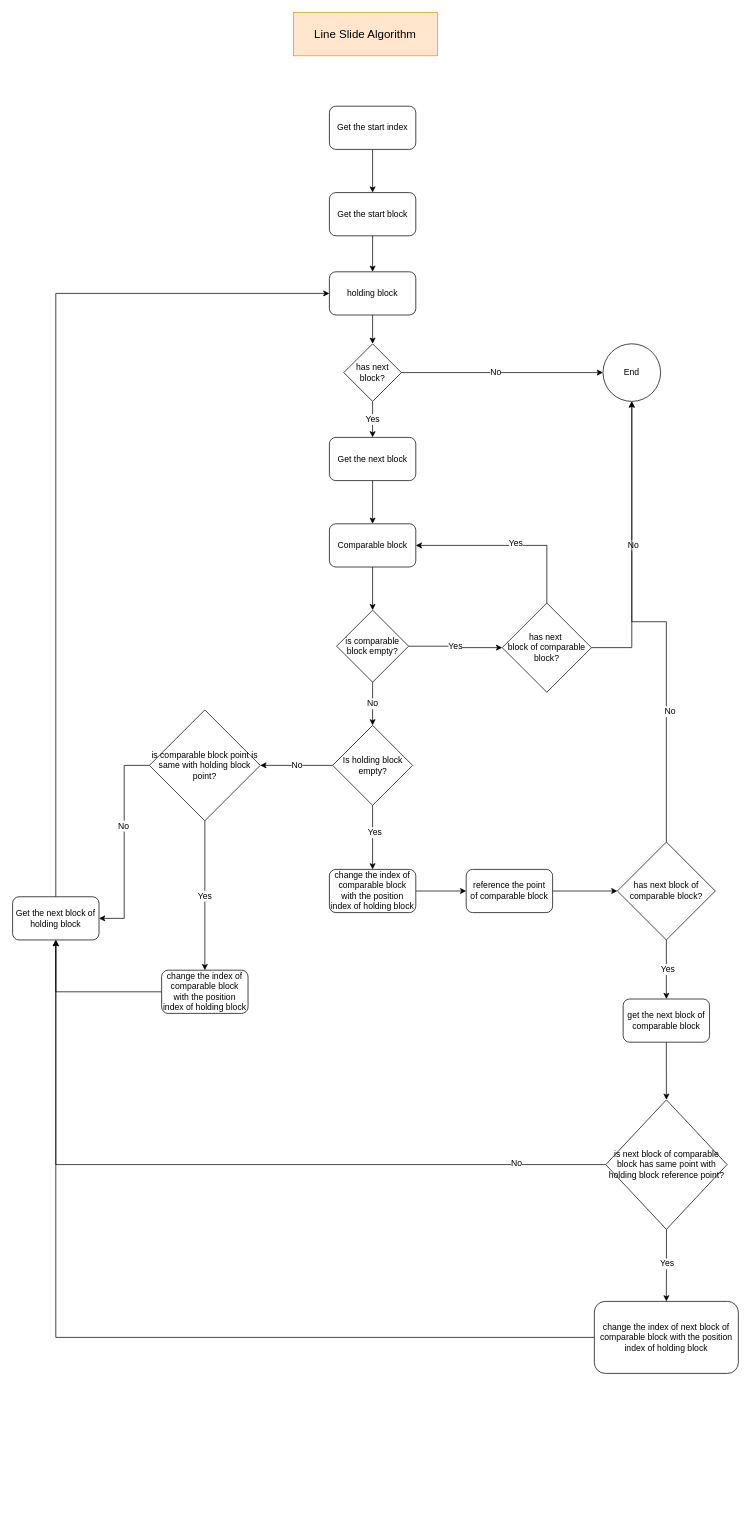
The draw.io diagram page "Line Slide" (1 of 3) of assets/diagram/twozerofoureight.drawio in manickjamadar/2048, before the edit. Source tidied: cells renumbered, new cells numbered last; positions are measured from the earlier drawing's top-left corner, leaving out a move shared by most shapes. Both pictures are drawn from the tidied source at 72%, with x=0, y=0 at pixel (12, 12).
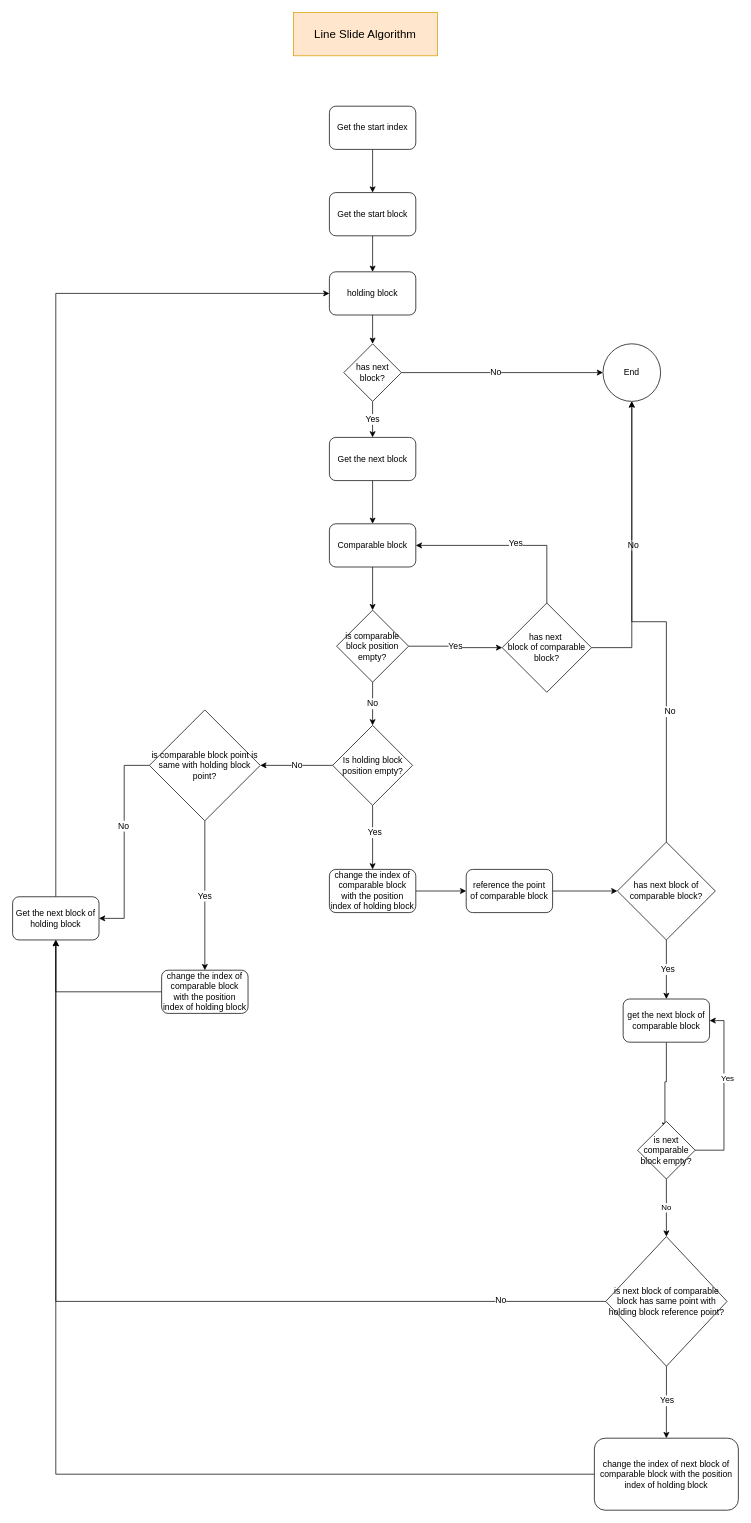
Above is the later version.

Commit message:
merge and merge only diagram added

The change refers to these unchanged cells:
```xml
<mxCell id="39" value="get the next block of comparable block" style="rounded=1;whiteSpace=wrap;html=1;fontSize=12;" parent="1" vertex="1">
  <mxGeometry x="848" y="1370" width="120" height="60" as="geometry" />
</mxCell>
```

Change to the diagram source:
```diff
@@
-    <mxCell id="19" value="is comparable block empty?" style="rhombus;whiteSpace=wrap;html=1;fontSize=12;" parent="1" vertex="1">
+    <mxCell id="19" value="is comparable block position empty?" style="rhombus;whiteSpace=wrap;html=1;fontSize=12;" parent="1" vertex="1">
       <mxGeometry x="450" y="830" width="100" height="100" as="geometry" />
     </mxCell>
@@
-    <mxCell id="28" value="Is holding block empty?" style="rhombus;whiteSpace=wrap;html=1;fontSize=12;" parent="1" vertex="1">
+    <mxCell id="28" value="Is holding block position empty?" style="rhombus;whiteSpace=wrap;html=1;fontSize=12;" parent="1" vertex="1">
       <mxGeometry x="444.5" y="990" width="111" height="111" as="geometry" />
     </mxCell>
@@
-    <mxCell id="38" style="edgeStyle=orthogonalEdgeStyle;rounded=0;jettySize=auto;html=1;entryX=0.5;entryY=0;entryDx=0;entryDy=0;fontSize=12;" parent="1" edge="1" source="39" target="44">
-      <mxGeometry relative="1" as="geometry" />
-    </mxCell>
+    <mxCell id="56" style="edgeStyle=orthogonalEdgeStyle;rounded=0;jettySize=auto;html=1;entryX=0.475;entryY=0.125;entryDx=0;entryDy=0;entryPerimeter=0;" parent="1" edge="1" source="39" target="60">
+      <mxGeometry relative="1" as="geometry" />
+    </mxCell>
@@
     <mxCell id="44" value="is next block of comparable block has same point with holding block reference point?" style="rhombus;whiteSpace=wrap;html=1;fontSize=12;" parent="1" vertex="1">
-      <mxGeometry x="823.8" y="1510" width="168.5" height="180" as="geometry" />
+      <mxGeometry x="823.8" y="1700" width="168.5" height="180" as="geometry" />
     </mxCell>
@@
     <mxCell id="46" value="change the index of next block of comparable block with the position index of holding block" style="rounded=1;whiteSpace=wrap;html=1;fontSize=12;" parent="1" vertex="1">
-      <mxGeometry x="808" y="1790" width="200" height="100" as="geometry" />
+      <mxGeometry x="808" y="1980" width="200" height="100" as="geometry" />
     </mxCell>
@@
+    <mxCell id="57" value="No" style="edgeStyle=orthogonalEdgeStyle;rounded=0;jettySize=auto;html=1;entryX=0.5;entryY=0;entryDx=0;entryDy=0;" parent="1" edge="1" source="60" target="44">
+      <mxGeometry relative="1" as="geometry" />
+    </mxCell>
+    <mxCell id="58" style="edgeStyle=orthogonalEdgeStyle;rounded=0;jettySize=auto;html=1;entryX=1;entryY=0.5;entryDx=0;entryDy=0;" parent="1" edge="1" source="60" target="39">
+      <mxGeometry relative="1" as="geometry">
+        <Array as="points">
+          <mxPoint x="988" y="1580" />
+          <mxPoint x="988" y="1400" />
+        </Array>
+      </mxGeometry>
+    </mxCell>
+    <mxCell id="59" value="Yes" style="edgeLabel;html=1;align=center;verticalAlign=middle;" parent="58" vertex="1">
+      <mxGeometry x="0.18" y="-4" relative="1" as="geometry">
+        <mxPoint y="1" as="offset" />
+      </mxGeometry>
+    </mxCell>
+    <mxCell id="60" value="is next comparable block empty?" style="rhombus;whiteSpace=wrap;html=1;" parent="1" vertex="1">
+      <mxGeometry x="868" y="1540" width="80" height="80" as="geometry" />
+    </mxCell>
```
